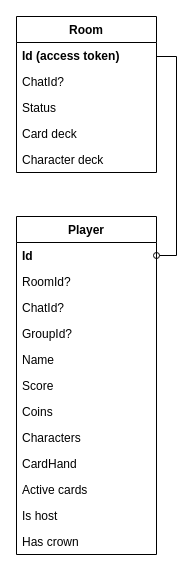
Above: docs/ER diagram.drawio in AntonArtomovNM/KCAA (draw.io), before the change. Source tidied: cells renumbered, new cells numbered last; positions are measured from the earlier drawing's top-left corner, leaving out a move shared by most shapes. Both pictures are drawn from the tidied source at 100%, with x=0, y=0 at pixel (16, 16).
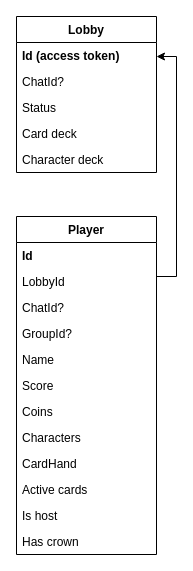
The same diagram, later.

The change refers to these unchanged cells:
```xml
<mxCell id="2" value="Player" style="swimlane;fontStyle=1;horizontal=1;startSize=26;" parent="1" vertex="1">
  <mxGeometry y="200" width="140" height="338" as="geometry" />
</mxCell>
<mxCell id="3" value="Id" style="text;strokeColor=none;fillColor=none;align=left;verticalAlign=top;spacingLeft=4;spacingRight=4;overflow=hidden;points=[[0,0.5],[1,0.5]];portConstraint=eastwest;fontStyle=1;" parent="2" vertex="1">
  <mxGeometry y="26" width="140" height="26" as="geometry" />
</mxCell>
<mxCell id="16" value="Id (access token)" style="text;strokeColor=none;fillColor=none;align=left;verticalAlign=top;spacingLeft=4;spacingRight=4;overflow=hidden;points=[[0,0.5],[1,0.5]];portConstraint=eastwest;fontStyle=1;" parent="15" vertex="1">
  <mxGeometry y="26" width="140" height="26" as="geometry" />
</mxCell>
```

Diff of the diagram source:
```diff
@@
-    <mxCell id="4" value="RoomId?" style="text;strokeColor=none;fillColor=none;align=left;verticalAlign=top;spacingLeft=4;spacingRight=4;overflow=hidden;" parent="2" vertex="1">
+    <mxCell id="4" value="LobbyId" style="text;strokeColor=none;fillColor=none;align=left;verticalAlign=top;spacingLeft=4;spacingRight=4;overflow=hidden;" parent="2" vertex="1">
       <mxGeometry y="52" width="140" height="26" as="geometry" />
     </mxCell>
@@
-    <mxCell id="15" value="Room" style="swimlane;fontStyle=1;horizontal=1;startSize=26;" parent="1" vertex="1">
+    <mxCell id="15" value="Lobby" style="swimlane;fontStyle=1;horizontal=1;startSize=26;" parent="1" vertex="1">
       <mxGeometry width="140" height="156" as="geometry" />
     </mxCell>
@@
-    <mxCell id="21" style="edgeStyle=orthogonalEdgeStyle;rounded=0;jettySize=auto;html=1;exitX=1;exitY=0.5;exitDx=0;exitDy=0;entryX=1;entryY=0.5;entryDx=0;entryDy=0;startArrow=none;startFill=0;endArrow=oval;endFill=0;" parent="1" edge="1" source="16" target="3">
+    <mxCell id="21" style="edgeStyle=orthogonalEdgeStyle;rounded=0;orthogonalLoop=1;jettySize=auto;html=1;startArrow=classic;startFill=1;endArrow=none;endFill=0;" parent="1" edge="1">
       <mxGeometry relative="1" as="geometry">
+        <mxPoint x="140" y="40" as="sourcePoint" />
+        <mxPoint x="140" y="260" as="targetPoint" />
         <Array as="points">
-          <mxPoint x="140" y="40" />
           <mxPoint x="160" y="40" />
-          <mxPoint x="160" y="239" />
+          <mxPoint x="160" y="260" />
+          <mxPoint x="140" y="260" />
         </Array>
       </mxGeometry>
     </mxCell>
```
